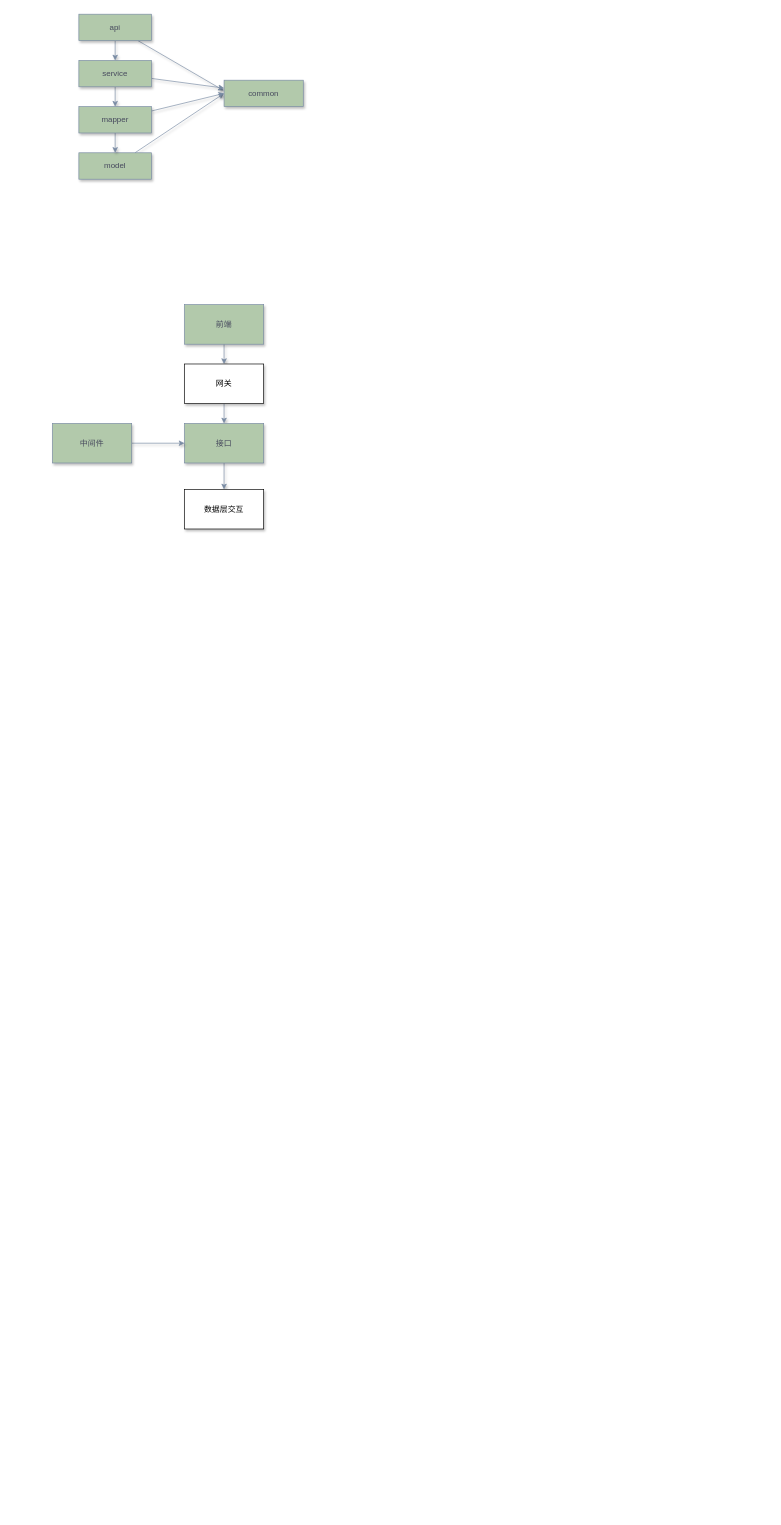
This is page "Page-5" (5 of 5) of Untitled Diagram.drawio from liushili0319/sms-ssm, a draw.io file, before an edit. Source tidied: cells renumbered, new cells numbered last; positions are measured from the earlier drawing's top-left corner, leaving out a move shared by most shapes. Both pictures are drawn from the tidied source at 66%, with x=0, y=0 at pixel (52, 14).
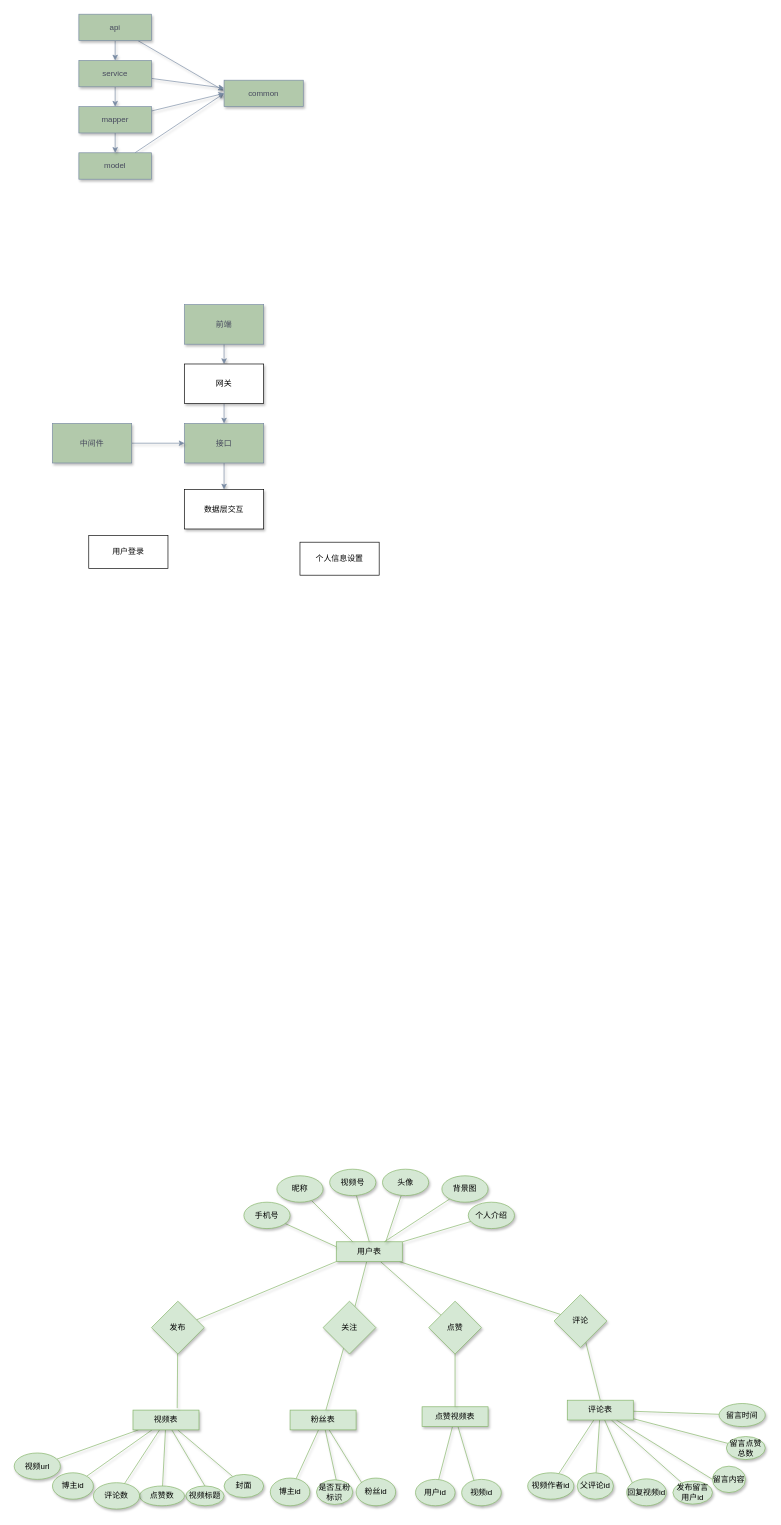
After the change.

Diff of the diagram source:
```diff
@@
+    <mxCell id="23" value="用户登录" style="rounded=0;whiteSpace=wrap;html=1;" parent="1" vertex="1">
+      <mxGeometry x="55" y="790" width="120" height="50" as="geometry" />
+    </mxCell>
+    <mxCell id="24" value="个人信息设置" style="rounded=0;whiteSpace=wrap;html=1;" parent="1" vertex="1">
+      <mxGeometry x="375" y="800" width="120" height="50" as="geometry" />
+    </mxCell>
+    <mxCell id="25" style="edgeStyle=none;rounded=0;jettySize=auto;html=1;endArrow=none;endFill=0;fillColor=#d5e8d4;strokeColor=#82b366;shadow=1;sketch=0;" parent="1" edge="1" source="28" target="82">
+      <mxGeometry relative="1" as="geometry" />
+    </mxCell>
+    <mxCell id="26" style="edgeStyle=none;rounded=0;jettySize=auto;html=1;endArrow=none;endFill=0;fillColor=#d5e8d4;strokeColor=#82b366;shadow=1;sketch=0;" parent="1" edge="1" source="28" target="84">
+      <mxGeometry relative="1" as="geometry" />
+    </mxCell>
+    <mxCell id="27" style="edgeStyle=none;rounded=0;jettySize=auto;html=1;endArrow=none;endFill=0;fillColor=#d5e8d4;strokeColor=#82b366;shadow=1;sketch=0;" parent="1" edge="1" source="28" target="86">
+      <mxGeometry relative="1" as="geometry" />
+    </mxCell>
+    <mxCell id="28" value="用户表" style="rounded=0;whiteSpace=wrap;html=1;fillColor=#d5e8d4;strokeColor=#82b366;shadow=1;sketch=0;" parent="1" vertex="1">
+      <mxGeometry x="430" y="1860" width="100" height="30" as="geometry" />
+    </mxCell>
+    <mxCell id="29" style="edgeStyle=none;rounded=0;jettySize=auto;html=1;endArrow=none;endFill=0;fillColor=#d5e8d4;strokeColor=#82b366;shadow=1;sketch=0;" parent="1" edge="1" source="36" target="61">
+      <mxGeometry relative="1" as="geometry" />
+    </mxCell>
+    <mxCell id="30" style="edgeStyle=none;rounded=0;jettySize=auto;html=1;endArrow=none;endFill=0;fillColor=#d5e8d4;strokeColor=#82b366;shadow=1;sketch=0;" parent="1" edge="1" source="36" target="62">
+      <mxGeometry relative="1" as="geometry" />
+    </mxCell>
+    <mxCell id="31" style="edgeStyle=none;rounded=0;jettySize=auto;html=1;entryX=0;entryY=0;entryDx=0;entryDy=0;endArrow=none;endFill=0;fillColor=#d5e8d4;strokeColor=#82b366;shadow=1;sketch=0;" parent="1" edge="1" source="36" target="63">
+      <mxGeometry relative="1" as="geometry" />
+    </mxCell>
+    <mxCell id="32" style="edgeStyle=none;rounded=0;jettySize=auto;html=1;endArrow=none;endFill=0;fillColor=#d5e8d4;strokeColor=#82b366;shadow=1;sketch=0;" parent="1" edge="1" source="36" target="64">
+      <mxGeometry relative="1" as="geometry" />
+    </mxCell>
+    <mxCell id="33" style="edgeStyle=none;rounded=0;jettySize=auto;html=1;entryX=0;entryY=0.5;entryDx=0;entryDy=0;endArrow=none;endFill=0;fillColor=#d5e8d4;strokeColor=#82b366;shadow=1;sketch=0;" parent="1" edge="1" source="36" target="65">
+      <mxGeometry relative="1" as="geometry" />
+    </mxCell>
+    <mxCell id="34" style="edgeStyle=none;rounded=0;jettySize=auto;html=1;endArrow=none;endFill=0;fillColor=#d5e8d4;strokeColor=#82b366;shadow=1;sketch=0;" parent="1" edge="1" source="36" target="66">
+      <mxGeometry relative="1" as="geometry" />
+    </mxCell>
+    <mxCell id="35" style="edgeStyle=none;rounded=0;jettySize=auto;html=1;endArrow=none;endFill=0;fillColor=#d5e8d4;strokeColor=#82b366;shadow=1;sketch=0;" parent="1" edge="1" source="36" target="67">
+      <mxGeometry relative="1" as="geometry" />
+    </mxCell>
+    <mxCell id="36" value="评论表" style="rounded=0;whiteSpace=wrap;html=1;fillColor=#d5e8d4;strokeColor=#82b366;shadow=1;sketch=0;" parent="1" vertex="1">
+      <mxGeometry x="780" y="2100" width="100" height="30" as="geometry" />
+    </mxCell>
+    <mxCell id="37" style="edgeStyle=none;rounded=0;jettySize=auto;html=1;endArrow=none;endFill=0;fillColor=#d5e8d4;strokeColor=#82b366;shadow=1;sketch=0;" parent="1" edge="1" source="40" target="68">
+      <mxGeometry relative="1" as="geometry" />
+    </mxCell>
+    <mxCell id="38" style="edgeStyle=none;rounded=0;jettySize=auto;html=1;entryX=0.5;entryY=1;entryDx=0;entryDy=0;endArrow=none;endFill=0;fillColor=#d5e8d4;strokeColor=#82b366;shadow=1;sketch=0;" parent="1" edge="1" source="40" target="69">
+      <mxGeometry relative="1" as="geometry" />
+    </mxCell>
+    <mxCell id="39" style="edgeStyle=none;rounded=0;jettySize=auto;html=1;entryX=0.688;entryY=0.975;entryDx=0;entryDy=0;entryPerimeter=0;endArrow=none;endFill=0;fillColor=#d5e8d4;strokeColor=#82b366;shadow=1;sketch=0;" parent="1" edge="1" source="40" target="70">
+      <mxGeometry relative="1" as="geometry" />
+    </mxCell>
+    <mxCell id="40" value="粉丝表" style="rounded=0;whiteSpace=wrap;html=1;fillColor=#d5e8d4;strokeColor=#82b366;shadow=1;sketch=0;" parent="1" vertex="1">
+      <mxGeometry x="360" y="2115" width="100" height="30" as="geometry" />
+    </mxCell>
+    <mxCell id="41" style="edgeStyle=none;rounded=0;jettySize=auto;html=1;endArrow=none;endFill=0;fillColor=#d5e8d4;strokeColor=#82b366;shadow=1;sketch=0;" parent="1" edge="1" source="43" target="71">
+      <mxGeometry relative="1" as="geometry" />
+    </mxCell>
+    <mxCell id="42" style="edgeStyle=none;rounded=0;jettySize=auto;html=1;entryX=0.5;entryY=1;entryDx=0;entryDy=0;endArrow=none;endFill=0;fillColor=#d5e8d4;strokeColor=#82b366;shadow=1;sketch=0;" parent="1" edge="1" source="43" target="72">
+      <mxGeometry relative="1" as="geometry" />
+    </mxCell>
+    <mxCell id="43" value="点赞视频表" style="rounded=0;whiteSpace=wrap;html=1;fillColor=#d5e8d4;strokeColor=#82b366;shadow=1;sketch=0;" parent="1" vertex="1">
+      <mxGeometry x="560" y="2110" width="100" height="30" as="geometry" />
+    </mxCell>
+    <mxCell id="44" style="edgeStyle=none;rounded=0;jettySize=auto;html=1;endArrow=none;endFill=0;fillColor=#d5e8d4;strokeColor=#82b366;shadow=1;sketch=0;" parent="1" edge="1" source="50" target="77">
+      <mxGeometry relative="1" as="geometry" />
+    </mxCell>
+    <mxCell id="45" style="edgeStyle=none;rounded=0;jettySize=auto;html=1;endArrow=none;endFill=0;fillColor=#d5e8d4;strokeColor=#82b366;shadow=1;sketch=0;" parent="1" edge="1" source="50" target="73">
+      <mxGeometry relative="1" as="geometry" />
+    </mxCell>
+    <mxCell id="46" style="edgeStyle=none;rounded=0;jettySize=auto;html=1;endArrow=none;endFill=0;fillColor=#d5e8d4;strokeColor=#82b366;shadow=1;sketch=0;" parent="1" edge="1" source="50" target="78">
+      <mxGeometry relative="1" as="geometry" />
+    </mxCell>
+    <mxCell id="47" style="edgeStyle=none;rounded=0;jettySize=auto;html=1;entryX=0.5;entryY=0;entryDx=0;entryDy=0;endArrow=none;endFill=0;fillColor=#d5e8d4;strokeColor=#82b366;shadow=1;sketch=0;" parent="1" edge="1" source="50" target="76">
+      <mxGeometry relative="1" as="geometry" />
+    </mxCell>
+    <mxCell id="48" style="edgeStyle=none;rounded=0;jettySize=auto;html=1;endArrow=none;endFill=0;fillColor=#d5e8d4;strokeColor=#82b366;shadow=1;sketch=0;" parent="1" edge="1" source="50" target="75">
+      <mxGeometry relative="1" as="geometry" />
+    </mxCell>
+    <mxCell id="49" style="edgeStyle=none;rounded=0;jettySize=auto;html=1;endArrow=none;endFill=0;fillColor=#d5e8d4;strokeColor=#82b366;shadow=1;sketch=0;" parent="1" edge="1" source="50" target="74">
+      <mxGeometry relative="1" as="geometry" />
+    </mxCell>
+    <mxCell id="50" value="视频表" style="rounded=0;whiteSpace=wrap;html=1;fillColor=#d5e8d4;strokeColor=#82b366;shadow=1;sketch=0;" parent="1" vertex="1">
+      <mxGeometry x="122" y="2115" width="100" height="30" as="geometry" />
+    </mxCell>
+    <mxCell id="51" style="rounded=0;jettySize=auto;html=1;endArrow=none;endFill=0;entryX=0;entryY=0.25;entryDx=0;entryDy=0;fillColor=#d5e8d4;strokeColor=#82b366;shadow=1;sketch=0;" parent="1" edge="1" source="52" target="28">
+      <mxGeometry relative="1" as="geometry" />
+    </mxCell>
+    <mxCell id="52" value="手机号" style="ellipse;whiteSpace=wrap;html=1;fillColor=#d5e8d4;strokeColor=#82b366;shadow=1;sketch=0;" parent="1" vertex="1">
+      <mxGeometry x="290" y="1800" width="70" height="40" as="geometry" />
+    </mxCell>
+    <mxCell id="53" style="edgeStyle=none;rounded=0;jettySize=auto;html=1;entryX=0.25;entryY=0;entryDx=0;entryDy=0;endArrow=none;endFill=0;fillColor=#d5e8d4;strokeColor=#82b366;shadow=1;sketch=0;" parent="1" edge="1" source="54" target="28">
+      <mxGeometry relative="1" as="geometry" />
+    </mxCell>
+    <mxCell id="54" value="昵称" style="ellipse;whiteSpace=wrap;html=1;fillColor=#d5e8d4;strokeColor=#82b366;shadow=1;sketch=0;" parent="1" vertex="1">
+      <mxGeometry x="340" y="1760" width="70" height="40" as="geometry" />
+    </mxCell>
+    <mxCell id="55" style="edgeStyle=none;rounded=0;jettySize=auto;html=1;entryX=0.5;entryY=0;entryDx=0;entryDy=0;endArrow=none;endFill=0;fillColor=#d5e8d4;strokeColor=#82b366;shadow=1;sketch=0;" parent="1" edge="1" source="56" target="28">
+      <mxGeometry relative="1" as="geometry" />
+    </mxCell>
+    <mxCell id="56" value="视频号" style="ellipse;whiteSpace=wrap;html=1;fillColor=#d5e8d4;strokeColor=#82b366;shadow=1;sketch=0;" parent="1" vertex="1">
+      <mxGeometry x="420" y="1750" width="70" height="40" as="geometry" />
+    </mxCell>
+    <mxCell id="57" style="edgeStyle=none;rounded=0;jettySize=auto;html=1;entryX=0.75;entryY=0;entryDx=0;entryDy=0;endArrow=none;endFill=0;fillColor=#d5e8d4;strokeColor=#82b366;shadow=1;sketch=0;" parent="1" edge="1" source="58" target="28">
+      <mxGeometry relative="1" as="geometry" />
+    </mxCell>
+    <mxCell id="58" value="头像" style="ellipse;whiteSpace=wrap;html=1;fillColor=#d5e8d4;strokeColor=#82b366;shadow=1;sketch=0;" parent="1" vertex="1">
+      <mxGeometry x="500" y="1750" width="70" height="40" as="geometry" />
+    </mxCell>
+    <mxCell id="59" style="edgeStyle=none;rounded=0;jettySize=auto;html=1;endArrow=none;endFill=0;fillColor=#d5e8d4;strokeColor=#82b366;shadow=1;sketch=0;" parent="1" edge="1" source="60" target="28">
+      <mxGeometry relative="1" as="geometry" />
+    </mxCell>
+    <mxCell id="60" value="个人介绍" style="ellipse;whiteSpace=wrap;html=1;fillColor=#d5e8d4;strokeColor=#82b366;shadow=1;sketch=0;" parent="1" vertex="1">
+      <mxGeometry x="630" y="1800" width="70" height="40" as="geometry" />
+    </mxCell>
+    <mxCell id="61" value="视频作者id" style="ellipse;whiteSpace=wrap;html=1;fillColor=#d5e8d4;strokeColor=#82b366;shadow=1;sketch=0;" parent="1" vertex="1">
+      <mxGeometry x="720" y="2210" width="70" height="40" as="geometry" />
+    </mxCell>
+    <mxCell id="62" value="父评论id" style="ellipse;whiteSpace=wrap;html=1;fillColor=#d5e8d4;strokeColor=#82b366;shadow=1;sketch=0;" parent="1" vertex="1">
+      <mxGeometry x="795" y="2210" width="55" height="40" as="geometry" />
+    </mxCell>
+    <mxCell id="63" value="回复视频id" style="ellipse;whiteSpace=wrap;html=1;fillColor=#d5e8d4;strokeColor=#82b366;shadow=1;sketch=0;" parent="1" vertex="1">
+      <mxGeometry x="870" y="2219.2" width="60" height="40.8" as="geometry" />
+    </mxCell>
+    <mxCell id="64" value="发布留言用户id" style="ellipse;whiteSpace=wrap;html=1;fillColor=#d5e8d4;strokeColor=#82b366;shadow=1;sketch=0;" parent="1" vertex="1">
+      <mxGeometry x="940" y="2222.5" width="60" height="35" as="geometry" />
+    </mxCell>
+    <mxCell id="65" value="留言内容" style="ellipse;whiteSpace=wrap;html=1;fillColor=#d5e8d4;strokeColor=#82b366;shadow=1;sketch=0;" parent="1" vertex="1">
+      <mxGeometry x="1000" y="2200" width="50" height="40" as="geometry" />
+    </mxCell>
+    <mxCell id="66" value="留言点赞总数" style="ellipse;whiteSpace=wrap;html=1;fillColor=#d5e8d4;strokeColor=#82b366;shadow=1;sketch=0;" parent="1" vertex="1">
+      <mxGeometry x="1021" y="2155" width="59" height="35" as="geometry" />
+    </mxCell>
+    <mxCell id="67" value="留言时间" style="ellipse;whiteSpace=wrap;html=1;fillColor=#d5e8d4;strokeColor=#82b366;shadow=1;sketch=0;" parent="1" vertex="1">
+      <mxGeometry x="1010" y="2105" width="70" height="35" as="geometry" />
+    </mxCell>
+    <mxCell id="68" value="博主id" style="ellipse;whiteSpace=wrap;html=1;fillColor=#d5e8d4;strokeColor=#82b366;shadow=1;sketch=0;" parent="1" vertex="1">
+      <mxGeometry x="330" y="2218" width="60" height="42" as="geometry" />
+    </mxCell>
+    <mxCell id="69" value="粉丝id" style="ellipse;whiteSpace=wrap;html=1;fillColor=#d5e8d4;strokeColor=#82b366;shadow=1;sketch=0;" parent="1" vertex="1">
+      <mxGeometry x="460" y="2218" width="60" height="42" as="geometry" />
+    </mxCell>
+    <mxCell id="70" value="是否互粉标识" style="ellipse;whiteSpace=wrap;html=1;fillColor=#d5e8d4;strokeColor=#82b366;shadow=1;sketch=0;" parent="1" vertex="1">
+      <mxGeometry x="400" y="2220.5" width="55" height="37.5" as="geometry" />
+    </mxCell>
+    <mxCell id="71" value="用户id" style="ellipse;whiteSpace=wrap;html=1;fillColor=#d5e8d4;strokeColor=#82b366;shadow=1;sketch=0;" parent="1" vertex="1">
+      <mxGeometry x="550" y="2220" width="60" height="40" as="geometry" />
+    </mxCell>
+    <mxCell id="72" value="视频id" style="ellipse;whiteSpace=wrap;html=1;fillColor=#d5e8d4;strokeColor=#82b366;shadow=1;sketch=0;" parent="1" vertex="1">
+      <mxGeometry x="620" y="2220" width="60" height="40" as="geometry" />
+    </mxCell>
+    <mxCell id="73" value="博主id" style="ellipse;whiteSpace=wrap;html=1;fillColor=#d5e8d4;strokeColor=#82b366;shadow=1;sketch=0;" parent="1" vertex="1">
+      <mxGeometry y="2210" width="62" height="40" as="geometry" />
+    </mxCell>
+    <mxCell id="74" value="视频url" style="ellipse;whiteSpace=wrap;html=1;fillColor=#d5e8d4;strokeColor=#82b366;shadow=1;sketch=0;" parent="1" vertex="1">
+      <mxGeometry x="-58" y="2180" width="70" height="40" as="geometry" />
+    </mxCell>
+    <mxCell id="75" value="封面" style="ellipse;whiteSpace=wrap;html=1;fillColor=#d5e8d4;strokeColor=#82b366;shadow=1;sketch=0;" parent="1" vertex="1">
+      <mxGeometry x="260" y="2212.5" width="60" height="35" as="geometry" />
+    </mxCell>
+    <mxCell id="76" value="视频标题" style="ellipse;whiteSpace=wrap;html=1;fillColor=#d5e8d4;strokeColor=#82b366;shadow=1;sketch=0;" parent="1" vertex="1">
+      <mxGeometry x="202" y="2230" width="58" height="30" as="geometry" />
+    </mxCell>
+    <mxCell id="77" value="点赞数" style="ellipse;whiteSpace=wrap;html=1;fillColor=#d5e8d4;strokeColor=#82b366;shadow=1;sketch=0;" parent="1" vertex="1">
+      <mxGeometry x="132" y="2230" width="68" height="30" as="geometry" />
+    </mxCell>
+    <mxCell id="78" value="评论数" style="ellipse;whiteSpace=wrap;html=1;fillColor=#d5e8d4;strokeColor=#82b366;shadow=1;sketch=0;" parent="1" vertex="1">
+      <mxGeometry x="62" y="2225" width="70" height="40" as="geometry" />
+    </mxCell>
+    <mxCell id="79" style="edgeStyle=none;rounded=0;jettySize=auto;html=1;endArrow=none;endFill=0;fillColor=#d5e8d4;strokeColor=#82b366;shadow=1;sketch=0;" parent="1" edge="1" source="80" target="28">
+      <mxGeometry relative="1" as="geometry" />
+    </mxCell>
+    <mxCell id="80" value="背景图" style="ellipse;whiteSpace=wrap;html=1;fillColor=#d5e8d4;strokeColor=#82b366;shadow=1;sketch=0;" parent="1" vertex="1">
+      <mxGeometry x="590" y="1760" width="70" height="40" as="geometry" />
+    </mxCell>
+    <mxCell id="81" style="edgeStyle=none;rounded=0;jettySize=auto;html=1;entryX=0.5;entryY=0;entryDx=0;entryDy=0;endArrow=none;endFill=0;fillColor=#d5e8d4;strokeColor=#82b366;shadow=1;sketch=0;" parent="1" edge="1" source="82" target="43">
+      <mxGeometry relative="1" as="geometry" />
+    </mxCell>
+    <mxCell id="82" value="点赞" style="rhombus;whiteSpace=wrap;html=1;fillColor=#d5e8d4;strokeColor=#82b366;shadow=1;sketch=0;" parent="1" vertex="1">
+      <mxGeometry x="570" y="1950" width="80" height="80" as="geometry" />
+    </mxCell>
+    <mxCell id="83" style="edgeStyle=none;rounded=0;jettySize=auto;html=1;entryX=0.5;entryY=0;entryDx=0;entryDy=0;endArrow=none;endFill=0;fillColor=#d5e8d4;strokeColor=#82b366;shadow=1;sketch=0;" parent="1" edge="1" source="84" target="36">
+      <mxGeometry relative="1" as="geometry" />
+    </mxCell>
+    <mxCell id="84" value="评论" style="rhombus;whiteSpace=wrap;html=1;fillColor=#d5e8d4;strokeColor=#82b366;shadow=1;sketch=0;" parent="1" vertex="1">
+      <mxGeometry x="760" y="1940" width="80" height="80" as="geometry" />
+    </mxCell>
+    <mxCell id="85" style="edgeStyle=none;rounded=0;jettySize=auto;html=1;endArrow=none;endFill=0;fillColor=#d5e8d4;strokeColor=#82b366;shadow=1;sketch=0;" parent="1" edge="1" source="86" target="40">
+      <mxGeometry relative="1" as="geometry" />
+    </mxCell>
+    <mxCell id="86" value="关注" style="rhombus;whiteSpace=wrap;html=1;fillColor=#d5e8d4;strokeColor=#82b366;shadow=1;sketch=0;" parent="1" vertex="1">
+      <mxGeometry x="410" y="1950" width="80" height="80" as="geometry" />
+    </mxCell>
+    <mxCell id="87" style="edgeStyle=none;rounded=0;jettySize=auto;html=1;entryX=0;entryY=1;entryDx=0;entryDy=0;endArrow=none;endFill=0;fillColor=#d5e8d4;strokeColor=#82b366;shadow=1;sketch=0;" parent="1" edge="1" source="89" target="28">
+      <mxGeometry relative="1" as="geometry" />
+    </mxCell>
+    <mxCell id="88" style="edgeStyle=none;rounded=0;jettySize=auto;html=1;entryX=0.67;entryY=-0.1;entryDx=0;entryDy=0;entryPerimeter=0;endArrow=none;endFill=0;fillColor=#d5e8d4;strokeColor=#82b366;shadow=1;sketch=0;" parent="1" edge="1" source="89" target="50">
+      <mxGeometry relative="1" as="geometry" />
+    </mxCell>
+    <mxCell id="89" value="发布" style="rhombus;whiteSpace=wrap;html=1;fillColor=#d5e8d4;strokeColor=#82b366;shadow=1;sketch=0;" parent="1" vertex="1">
+      <mxGeometry x="150" y="1950" width="80" height="80" as="geometry" />
+    </mxCell>
```
